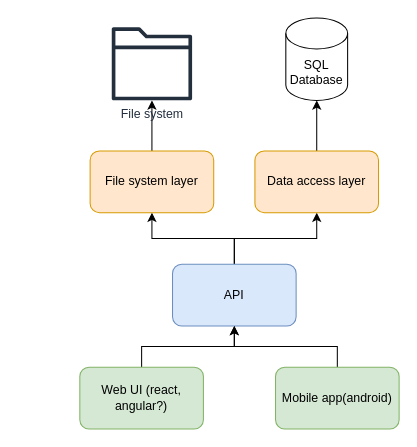
The draw.io diagram MediaHub.drawio in KevinDaGame/MediaHub, before the edit. Source tidied: cells renumbered, new cells numbered last; positions are measured from the earlier drawing's top-left corner, leaving out a move shared by most shapes. Both pictures are drawn from the tidied source at 103%, with x=0, y=0 at pixel (79, 18).
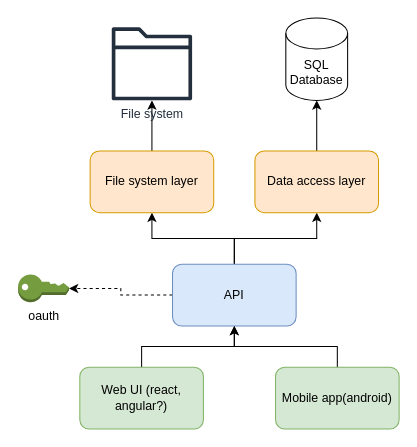
The same diagram, later.

Diff of the diagram source:
```diff
@@
 <mxGraphModel>
   <root>
     <mxCell id="0" />
     <mxCell id="1" parent="0" />
     <mxCell id="2" style="edgeStyle=orthogonalEdgeStyle;rounded=0;jettySize=auto;html=1;" parent="1" edge="1" source="4" target="14">
       <mxGeometry relative="1" as="geometry" />
     </mxCell>
     <mxCell id="3" style="edgeStyle=orthogonalEdgeStyle;rounded=0;jettySize=auto;html=1;" parent="1" edge="1" source="4" target="10">
       <mxGeometry relative="1" as="geometry" />
     </mxCell>
+    <mxCell id="15" style="edgeStyle=orthogonalEdgeStyle;rounded=0;jettySize=auto;html=1;entryX=1;entryY=0.5;entryDx=0;entryDy=0;entryPerimeter=0;dashed=1;" parent="1" edge="1" source="4" target="16">
+      <mxGeometry relative="1" as="geometry" />
+    </mxCell>
     <mxCell id="4" value="API" style="rounded=1;whiteSpace=wrap;html=1;fillColor=#dae8fc;strokeColor=#6c8ebf;" parent="1" vertex="1">
       <mxGeometry x="90" y="239" width="120" height="60" as="geometry" />
     </mxCell>
     <mxCell id="5" style="edgeStyle=orthogonalEdgeStyle;rounded=0;jettySize=auto;html=1;" parent="1" edge="1" source="6" target="4">
       <mxGeometry relative="1" as="geometry" />
     </mxCell>
     <mxCell id="6" value="Web UI (react, angular?)" style="rounded=1;whiteSpace=wrap;html=1;fillColor=#d5e8d4;strokeColor=#82b366;" parent="1" vertex="1">
       <mxGeometry y="339" width="120" height="60" as="geometry" />
     </mxCell>
     <mxCell id="7" style="edgeStyle=orthogonalEdgeStyle;rounded=0;jettySize=auto;html=1;" parent="1" edge="1" source="8" target="4">
       <mxGeometry relative="1" as="geometry" />
     </mxCell>
     <mxCell id="8" value="Mobile app(android)" style="rounded=1;whiteSpace=wrap;html=1;fillColor=#d5e8d4;strokeColor=#82b366;" parent="1" vertex="1">
       <mxGeometry x="190" y="339" width="120" height="60" as="geometry" />
     </mxCell>
     <mxCell id="9" style="edgeStyle=orthogonalEdgeStyle;rounded=0;jettySize=auto;html=1;" parent="1" edge="1" source="10" target="12">
       <mxGeometry relative="1" as="geometry" />
     </mxCell>
     <mxCell id="10" value="File system layer" style="rounded=1;whiteSpace=wrap;html=1;fillColor=#ffe6cc;strokeColor=#d79b00;" parent="1" vertex="1">
       <mxGeometry x="10" y="129" width="120" height="60" as="geometry" />
     </mxCell>
     <mxCell id="11" value="SQL Database" style="shape=cylinder3;whiteSpace=wrap;html=1;boundedLbl=1;backgroundOutline=1;size=15;" parent="1" vertex="1">
       <mxGeometry x="200" width="60" height="80" as="geometry" />
     </mxCell>
     <mxCell id="12" value="File system" style="sketch=0;outlineConnect=0;fontColor=#232F3E;gradientColor=none;fillColor=#232F3D;strokeColor=none;dashed=0;verticalLabelPosition=bottom;verticalAlign=top;align=center;html=1;fontSize=12;fontStyle=0;shape=mxgraph.aws4.folder;" parent="1" vertex="1">
       <mxGeometry x="31" y="9" width="78" height="71" as="geometry" />
     </mxCell>
     <mxCell id="13" style="edgeStyle=orthogonalEdgeStyle;rounded=0;jettySize=auto;html=1;" parent="1" edge="1" source="14" target="11">
       <mxGeometry relative="1" as="geometry" />
     </mxCell>
     <mxCell id="14" value="Data access layer" style="rounded=1;whiteSpace=wrap;html=1;fillColor=#ffe6cc;strokeColor=#d79b00;" parent="1" vertex="1">
       <mxGeometry x="170" y="129" width="120" height="60" as="geometry" />
     </mxCell>
+    <mxCell id="16" value="oauth" style="outlineConnect=0;dashed=0;verticalLabelPosition=bottom;verticalAlign=top;align=center;html=1;shape=mxgraph.aws3.add_on;fillColor=#759C3E;gradientColor=none;" parent="1" vertex="1">
+      <mxGeometry x="-60" y="249" width="49.5" height="27" as="geometry" />
+    </mxCell>
   </root>
 </mxGraphModel>
```
